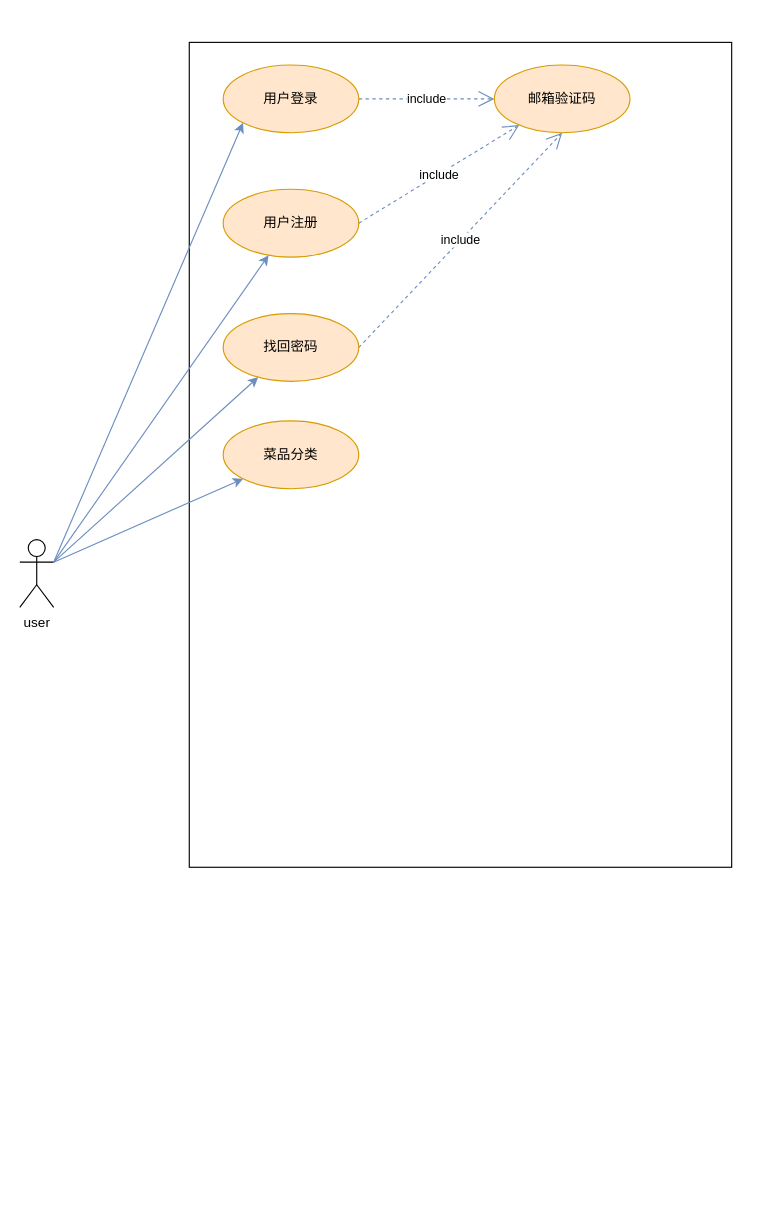
Earlier version of the draw.io diagram prds/uml用例图.drawio (matrix-johnjohn/EatGo-Ordering-App). Source tidied: cells renumbered, new cells numbered last; positions are measured from the earlier drawing's top-left corner, leaving out a move shared by most shapes. Both pictures are drawn from the tidied source at 113%, with x=0, y=0 at pixel (19, 42).
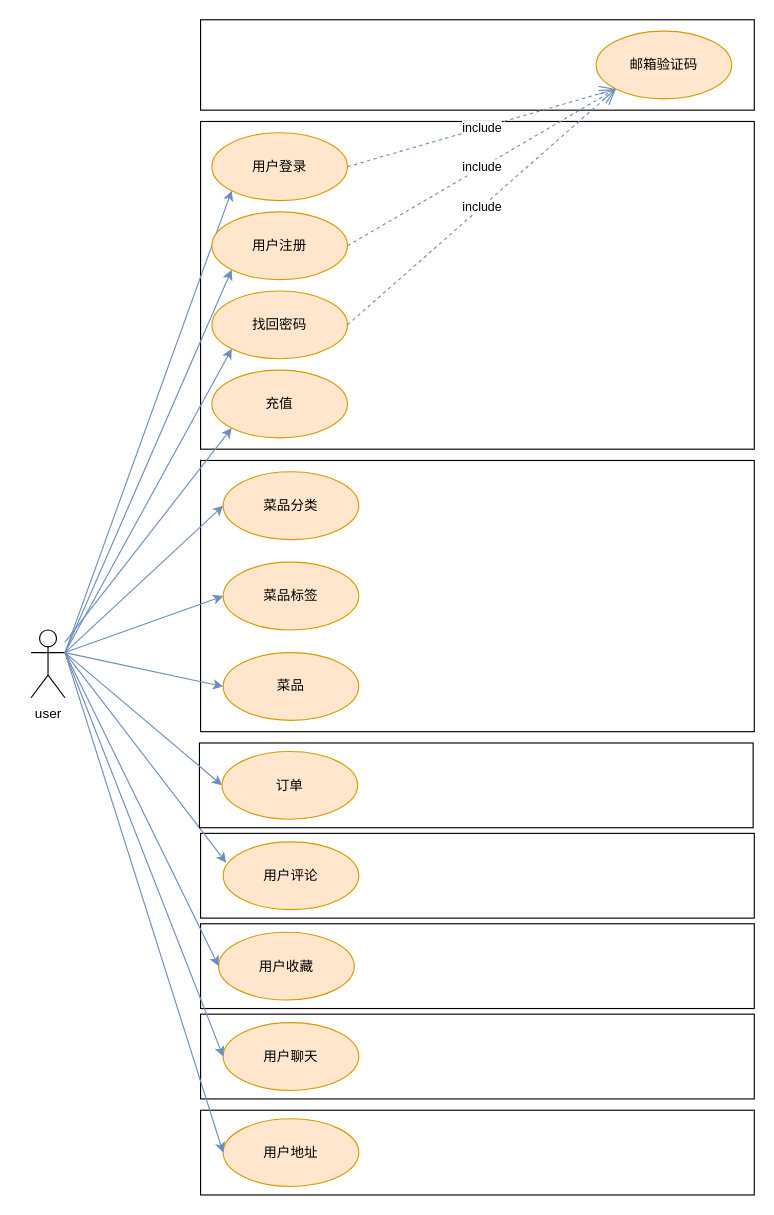
The same page after the edit.

The edit, as a diff of the source:
```diff
@@
+    <mxCell id="16" style="rounded=0;whiteSpace=wrap;html=1;" parent="1" vertex="1">
+      <mxGeometry x="160" y="-20" width="490" height="80" as="geometry" />
+    </mxCell>
     <mxCell id="2" value="user" style="shape=umlActor;verticalLabelPosition=bottom;verticalAlign=top;html=1;outlineConnect=0;" parent="1" vertex="1">
-      <mxGeometry y="440" width="30" height="60" as="geometry" />
+      <mxGeometry x="10" y="520" width="30" height="60" as="geometry" />
     </mxCell>
     <mxCell id="3" style="rounded=0;whiteSpace=wrap;html=1;" parent="1" vertex="1">
-      <mxGeometry x="150" width="480" height="730" as="geometry" />
+      <mxGeometry x="160" y="70" width="490" height="290" as="geometry" />
     </mxCell>
     <mxCell id="4" value="用户登录" style="ellipse;whiteSpace=wrap;html=1;fillColor=#ffe6cc;strokeColor=#d79b00;" parent="1" vertex="1">
-      <mxGeometry x="180" y="20" width="120" height="60" as="geometry" />
+      <mxGeometry x="170" y="80" width="120" height="60" as="geometry" />
     </mxCell>
@@
     <mxCell id="6" value="邮箱验证码" style="ellipse;whiteSpace=wrap;html=1;fillColor=#ffe6cc;strokeColor=#d79b00;" parent="1" vertex="1">
-      <mxGeometry x="420" y="20" width="120" height="60" as="geometry" />
+      <mxGeometry x="510" y="-10" width="120" height="60" as="geometry" />
     </mxCell>
-    <mxCell id="7" value="include" style="endArrow=open;endSize=12;dashed=1;html=1;rounded=0;exitX=1;exitY=0.5;exitDx=0;exitDy=0;entryX=0;entryY=0.5;entryDx=0;entryDy=0;fillColor=#dae8fc;strokeColor=#6c8ebf;" parent="1" edge="1" source="4" target="6">
+    <mxCell id="7" value="include" style="endArrow=open;endSize=12;dashed=1;html=1;rounded=0;exitX=1;exitY=0.5;exitDx=0;exitDy=0;entryX=0;entryY=1;entryDx=0;entryDy=0;fillColor=#dae8fc;strokeColor=#6c8ebf;" parent="1" edge="1" source="4" target="6">
       <mxGeometry relative="1" as="geometry" />
     </mxCell>
     <mxCell id="8" value="用户注册" style="ellipse;whiteSpace=wrap;html=1;fillColor=#ffe6cc;strokeColor=#d79b00;" parent="1" vertex="1">
-      <mxGeometry x="180" y="130" width="120" height="60" as="geometry" />
+      <mxGeometry x="170" y="150" width="120" height="60" as="geometry" />
     </mxCell>
-    <mxCell id="9" value="include" style="endArrow=open;endSize=12;dashed=1;html=1;rounded=0;exitX=1;exitY=0.5;exitDx=0;exitDy=0;fillColor=#dae8fc;strokeColor=#6c8ebf;" parent="1" edge="1" source="8" target="6">
+    <mxCell id="9" value="include" style="endArrow=open;endSize=12;dashed=1;html=1;rounded=0;exitX=1;exitY=0.5;exitDx=0;exitDy=0;fillColor=#dae8fc;strokeColor=#6c8ebf;entryX=0;entryY=1;entryDx=0;entryDy=0;" parent="1" edge="1" source="8" target="6">
       <mxGeometry relative="1" as="geometry" />
     </mxCell>
-    <mxCell id="10" style="endArrow=classic;html=1;rounded=0;exitX=1;exitY=0.3333333333333333;exitDx=0;exitDy=0;exitPerimeter=0;fillColor=#dae8fc;strokeColor=#6c8ebf;" parent="1" edge="1" source="2" target="8">
+    <mxCell id="10" style="endArrow=classic;html=1;rounded=0;exitX=1;exitY=0.3333333333333333;exitDx=0;exitDy=0;exitPerimeter=0;fillColor=#dae8fc;strokeColor=#6c8ebf;entryX=0;entryY=1;entryDx=0;entryDy=0;" parent="1" edge="1" source="2" target="8">
       <mxGeometry relative="1" as="geometry" />
     </mxCell>
     <mxCell id="11" value="找回密码" style="ellipse;whiteSpace=wrap;html=1;fillColor=#ffe6cc;strokeColor=#d79b00;" parent="1" vertex="1">
-      <mxGeometry x="180" y="240" width="120" height="60" as="geometry" />
+      <mxGeometry x="170" y="220" width="120" height="60" as="geometry" />
     </mxCell>
-    <mxCell id="12" style="endArrow=classic;html=1;rounded=0;exitX=1;exitY=0.3333333333333333;exitDx=0;exitDy=0;exitPerimeter=0;fillColor=#dae8fc;strokeColor=#6c8ebf;" parent="1" edge="1" source="2" target="11">
+    <mxCell id="12" style="endArrow=classic;html=1;rounded=0;exitX=1;exitY=0.3333333333333333;exitDx=0;exitDy=0;exitPerimeter=0;fillColor=#dae8fc;strokeColor=#6c8ebf;entryX=0;entryY=1;entryDx=0;entryDy=0;" parent="1" edge="1" source="2" target="11">
       <mxGeometry relative="1" as="geometry" />
     </mxCell>
-    <mxCell id="13" value="include" style="endArrow=open;endSize=12;dashed=1;html=1;rounded=0;exitX=1;exitY=0.5;exitDx=0;exitDy=0;entryX=0.5;entryY=1;entryDx=0;entryDy=0;fillColor=#dae8fc;strokeColor=#6c8ebf;" parent="1" edge="1" source="11" target="6">
+    <mxCell id="13" value="include" style="endArrow=open;endSize=12;dashed=1;html=1;rounded=0;exitX=1;exitY=0.5;exitDx=0;exitDy=0;entryX=0;entryY=1;entryDx=0;entryDy=0;fillColor=#dae8fc;strokeColor=#6c8ebf;" parent="1" edge="1" source="11" target="6">
       <mxGeometry relative="1" as="geometry" />
     </mxCell>
+    <mxCell id="17" style="rounded=0;whiteSpace=wrap;html=1;" parent="1" vertex="1">
+      <mxGeometry x="160" y="370" width="490" height="240" as="geometry" />
+    </mxCell>
     <mxCell id="14" value="菜品分类" style="ellipse;whiteSpace=wrap;html=1;fillColor=#ffe6cc;strokeColor=#d79b00;" parent="1" vertex="1">
-      <mxGeometry x="180" y="335" width="120" height="60" as="geometry" />
+      <mxGeometry x="180" y="380" width="120" height="60" as="geometry" />
     </mxCell>
-    <mxCell id="15" style="endArrow=classic;html=1;rounded=0;exitX=1;exitY=0.3333333333333333;exitDx=0;exitDy=0;exitPerimeter=0;fillColor=#dae8fc;strokeColor=#6c8ebf;entryX=0;entryY=1;entryDx=0;entryDy=0;" parent="1" edge="1" source="2" target="14">
+    <mxCell id="15" style="endArrow=classic;html=1;rounded=0;exitX=1;exitY=0.3333333333333333;exitDx=0;exitDy=0;exitPerimeter=0;fillColor=#dae8fc;strokeColor=#6c8ebf;entryX=0;entryY=0.5;entryDx=0;entryDy=0;" parent="1" edge="1" source="2" target="14">
       <mxGeometry relative="1" as="geometry" />
     </mxCell>
+    <mxCell id="18" value="菜品标签" style="ellipse;whiteSpace=wrap;html=1;fillColor=#ffe6cc;strokeColor=#d79b00;" parent="1" vertex="1">
+      <mxGeometry x="180" y="460" width="120" height="60" as="geometry" />
+    </mxCell>
+    <mxCell id="19" style="endArrow=classic;html=1;rounded=0;exitX=1;exitY=0.3333333333333333;exitDx=0;exitDy=0;exitPerimeter=0;fillColor=#dae8fc;strokeColor=#6c8ebf;entryX=0;entryY=0.5;entryDx=0;entryDy=0;" parent="1" edge="1" source="2" target="18">
+      <mxGeometry relative="1" as="geometry" />
+    </mxCell>
+    <mxCell id="20" value="菜品" style="ellipse;whiteSpace=wrap;html=1;fillColor=#ffe6cc;strokeColor=#d79b00;" parent="1" vertex="1">
+      <mxGeometry x="180" y="540" width="120" height="60" as="geometry" />
+    </mxCell>
+    <mxCell id="21" style="endArrow=classic;html=1;rounded=0;exitX=1;exitY=0.3333333333333333;exitDx=0;exitDy=0;exitPerimeter=0;fillColor=#dae8fc;strokeColor=#6c8ebf;entryX=0;entryY=0.5;entryDx=0;entryDy=0;" parent="1" edge="1" source="2" target="20">
+      <mxGeometry relative="1" as="geometry" />
+    </mxCell>
+    <mxCell id="22" style="rounded=0;whiteSpace=wrap;html=1;" parent="1" vertex="1">
+      <mxGeometry x="160" y="700" width="490" height="75" as="geometry" />
+    </mxCell>
+    <mxCell id="23" value="用户评论" style="ellipse;whiteSpace=wrap;html=1;fillColor=#ffe6cc;strokeColor=#d79b00;" parent="1" vertex="1">
+      <mxGeometry x="180" y="707.5" width="120" height="60" as="geometry" />
+    </mxCell>
+    <mxCell id="24" style="rounded=0;whiteSpace=wrap;html=1;" parent="1" vertex="1">
+      <mxGeometry x="160" y="780" width="490" height="75" as="geometry" />
+    </mxCell>
+    <mxCell id="25" value="用户收藏" style="ellipse;whiteSpace=wrap;html=1;fillColor=#ffe6cc;strokeColor=#d79b00;" parent="1" vertex="1">
+      <mxGeometry x="176" y="787.5" width="120" height="60" as="geometry" />
+    </mxCell>
+    <mxCell id="26" style="endArrow=classic;html=1;rounded=0;exitX=1;exitY=0.3333333333333333;exitDx=0;exitDy=0;exitPerimeter=0;fillColor=#dae8fc;strokeColor=#6c8ebf;entryX=0.022;entryY=0.307;entryDx=0;entryDy=0;entryPerimeter=0;" parent="1" edge="1" source="2" target="23">
+      <mxGeometry relative="1" as="geometry" />
+    </mxCell>
+    <mxCell id="27" style="endArrow=classic;html=1;rounded=0;exitX=1;exitY=0.3333333333333333;exitDx=0;exitDy=0;exitPerimeter=0;fillColor=#dae8fc;strokeColor=#6c8ebf;entryX=0;entryY=0.5;entryDx=0;entryDy=0;" parent="1" edge="1" source="2" target="25">
+      <mxGeometry relative="1" as="geometry" />
+    </mxCell>
+    <mxCell id="28" style="rounded=0;whiteSpace=wrap;html=1;" parent="1" vertex="1">
+      <mxGeometry x="159" y="620" width="490" height="75" as="geometry" />
+    </mxCell>
+    <mxCell id="29" value="订单" style="ellipse;whiteSpace=wrap;html=1;fillColor=#ffe6cc;strokeColor=#d79b00;" parent="1" vertex="1">
+      <mxGeometry x="179" y="627.5" width="120" height="60" as="geometry" />
+    </mxCell>
+    <mxCell id="30" style="endArrow=classic;html=1;rounded=0;exitX=1;exitY=0.3333333333333333;exitDx=0;exitDy=0;exitPerimeter=0;fillColor=#dae8fc;strokeColor=#6c8ebf;entryX=0;entryY=0.5;entryDx=0;entryDy=0;" parent="1" edge="1" source="2" target="29">
+      <mxGeometry relative="1" as="geometry" />
+    </mxCell>
+    <mxCell id="31" style="rounded=0;whiteSpace=wrap;html=1;" parent="1" vertex="1">
+      <mxGeometry x="160" y="860" width="490" height="75" as="geometry" />
+    </mxCell>
+    <mxCell id="32" value="用户聊天" style="ellipse;whiteSpace=wrap;html=1;fillColor=#ffe6cc;strokeColor=#d79b00;" parent="1" vertex="1">
+      <mxGeometry x="180" y="867.5" width="120" height="60" as="geometry" />
+    </mxCell>
+    <mxCell id="33" style="endArrow=classic;html=1;rounded=0;exitX=1;exitY=0.3333333333333333;exitDx=0;exitDy=0;exitPerimeter=0;fillColor=#dae8fc;strokeColor=#6c8ebf;entryX=0;entryY=0.5;entryDx=0;entryDy=0;" parent="1" edge="1" source="2" target="32">
+      <mxGeometry relative="1" as="geometry" />
+    </mxCell>
+    <mxCell id="34" style="rounded=0;whiteSpace=wrap;html=1;" parent="1" vertex="1">
+      <mxGeometry x="160" y="945" width="490" height="75" as="geometry" />
+    </mxCell>
+    <mxCell id="35" value="用户地址" style="ellipse;whiteSpace=wrap;html=1;fillColor=#ffe6cc;strokeColor=#d79b00;" parent="1" vertex="1">
+      <mxGeometry x="180" y="952.5" width="120" height="60" as="geometry" />
+    </mxCell>
+    <mxCell id="36" style="endArrow=classic;html=1;rounded=0;exitX=1;exitY=0.3333333333333333;exitDx=0;exitDy=0;exitPerimeter=0;fillColor=#dae8fc;strokeColor=#6c8ebf;entryX=0;entryY=0.5;entryDx=0;entryDy=0;" parent="1" edge="1" source="2" target="35">
+      <mxGeometry relative="1" as="geometry" />
+    </mxCell>
+    <mxCell id="37" value="充值" style="ellipse;whiteSpace=wrap;html=1;fillColor=#ffe6cc;strokeColor=#d79b00;" parent="1" vertex="1">
+      <mxGeometry x="170" y="290" width="120" height="60" as="geometry" />
+    </mxCell>
+    <mxCell id="38" style="endArrow=classic;html=1;rounded=0;fillColor=#dae8fc;strokeColor=#6c8ebf;entryX=0;entryY=1;entryDx=0;entryDy=0;" parent="1" edge="1" source="2" target="37">
+      <mxGeometry relative="1" as="geometry" />
+    </mxCell>
```
